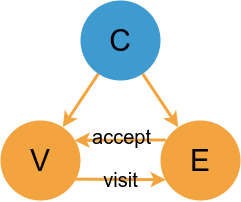
This is Neurotechnologies_and_TRIZ/Visitor.png from max-talanov/1, a draw.io export, as it was before one commit. Source tidied: cells renumbered, new cells last; positions are measured from the earlier drawing's top-left corner, leaving out a move shared by most shapes.
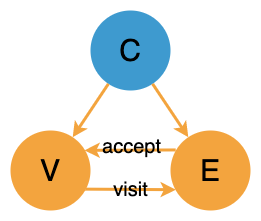
After the commit.

What changed in the source:
```diff
@@ -1,7 +1,11 @@
 <mxGraphModel>
   <root>
     <mxCell id="0" />
+    <mxCell id="10" value="2" parent="0" />
+    <mxCell id="11" style="rounded=0;whiteSpace=wrap;html=1;strokeColor=none;" parent="10" vertex="1">
+      <mxGeometry x="-10" y="-10" width="260" height="220" as="geometry" />
+    </mxCell>
-    <mxCell id="1" parent="0" />
+    <mxCell id="1" value="1" parent="0" />
     <mxCell id="2" style="rounded=0;jettySize=auto;html=1;fontSize=30;strokeColor=#F3A43E;strokeWidth=3;startArrow=none;startFill=0;endArrow=classic;endFill=1;entryX=0.925;entryY=0.248;entryDx=0;entryDy=0;entryPerimeter=0;exitX=0.065;exitY=0.243;exitDx=0;exitDy=0;exitPerimeter=0;" parent="1" edge="1" source="5" target="4">
       <mxGeometry relative="1" as="geometry" />
     </mxCell>
```
